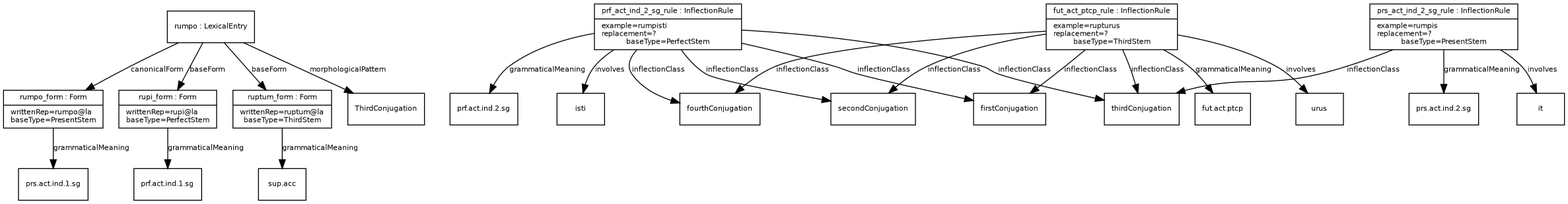
This is examples/example_14.png from ontolex/morph, a Graphviz export, as it was before one commit. Its source is kept beside it as examples/example_14.dot. The source it was exported from:
```dot
digraph G {
  fontname = "Bitstream Vera Sans"
    fontsize = 8

    node [
      fontname = "Bitstream Vera Sans"
      fontsize = 8
      shape = "record"
    ]

    edge [
      fontname = "Bitstream Vera Sans"
      fontsize = 8
    ]

prsactind1sg [ label="{prs.act.ind.1.sg}" ]
rumpo_form -> prsactind1sg [ label="grammaticalMeaning" ]
rumpo_form [ label="{rumpo_form : Form|writtenRep=rumpo@la\lbaseType=PresentStem}" ]
rumpo -> rumpo_form [ label="canonicalForm" ]
prfactind1sg [ label="{prf.act.ind.1.sg}" ]
rupi_form -> prfactind1sg [ label="grammaticalMeaning" ]
rupi_form [ label="{rupi_form : Form|writtenRep=rupi@la\lbaseType=PerfectStem}" ]
rumpo -> rupi_form [ label="baseForm" ]
supacc [ label="{sup.acc}" ]
ruptum_form -> supacc [ label="grammaticalMeaning" ]
ruptum_form [ label="{ruptum_form : Form|writtenRep=ruptum@la\lbaseType=ThirdStem}" ]
rumpo -> ruptum_form [ label="baseForm" ]
ThirdConjugation [ label="{ThirdConjugation}" ]
rumpo -> ThirdConjugation [ label="morphologicalPattern" ]
rumpo [ label="{rumpo : LexicalEntry}" ]
firstConjugation [ label="{firstConjugation}" ]
prf_act_ind_2_sg_rule -> firstConjugation [ label="inflectionClass" ]
secondConjugation [ label="{secondConjugation}" ]
prf_act_ind_2_sg_rule -> secondConjugation [ label="inflectionClass" ]
thirdConjugation [ label="{thirdConjugation}" ]
prf_act_ind_2_sg_rule -> thirdConjugation [ label="inflectionClass" ]
fourthConjugation [ label="{fourthConjugation}" ]
prf_act_ind_2_sg_rule -> fourthConjugation [ label="inflectionClass" ]
prfactind2sg [ label="{prf.act.ind.2.sg}" ]
prf_act_ind_2_sg_rule -> prfactind2sg [ label="grammaticalMeaning" ]
isti [ label="{isti}" ]
prf_act_ind_2_sg_rule -> isti [ label="involves" ]
prf_act_ind_2_sg_rule [ label="{prf_act_ind_2_sg_rule : InflectionRule|example=rumpisti\lreplacement=?\lbaseType=PerfectStem}" ]
prs_act_ind_2_sg_rule -> thirdConjugation [ label="inflectionClass" ]
prsactind2sg [ label="{prs.act.ind.2.sg}" ]
prs_act_ind_2_sg_rule -> prsactind2sg [ label="grammaticalMeaning" ]
it [ label="{it}" ]
prs_act_ind_2_sg_rule -> it [ label="involves" ]
prs_act_ind_2_sg_rule [ label="{prs_act_ind_2_sg_rule : InflectionRule|example=rumpis\lreplacement=?\lbaseType=PresentStem}" ]
fut_act_ptcp_rule -> firstConjugation [ label="inflectionClass" ]
fut_act_ptcp_rule -> secondConjugation [ label="inflectionClass" ]
fut_act_ptcp_rule -> thirdConjugation [ label="inflectionClass" ]
fut_act_ptcp_rule -> fourthConjugation [ label="inflectionClass" ]
futactptcp [ label="{fut.act.ptcp}" ]
fut_act_ptcp_rule -> futactptcp [ label="grammaticalMeaning" ]
urus [ label="{urus}" ]
fut_act_ptcp_rule -> urus [ label="involves" ]
fut_act_ptcp_rule [ label="{fut_act_ptcp_rule : InflectionRule|example=rupturus\lreplacement=?\lbaseType=ThirdStem}" ]
}
```
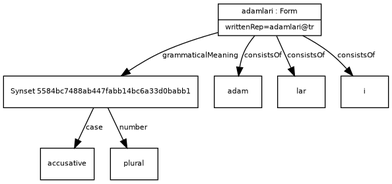
After the change.

What changed in the source:
```diff
@@ -13,47 +13,17 @@
       fontsize = 8
     ]
 
-prsactind1sg [ label="{prs.act.ind.1.sg}" ]
-rumpo_form -> prsactind1sg [ label="grammaticalMeaning" ]
-rumpo_form [ label="{rumpo_form : Form|writtenRep=rumpo@la\lbaseType=PresentStem}" ]
-rumpo -> rumpo_form [ label="canonicalForm" ]
-prfactind1sg [ label="{prf.act.ind.1.sg}" ]
-rupi_form -> prfactind1sg [ label="grammaticalMeaning" ]
-rupi_form [ label="{rupi_form : Form|writtenRep=rupi@la\lbaseType=PerfectStem}" ]
-rumpo -> rupi_form [ label="baseForm" ]
-supacc [ label="{sup.acc}" ]
-ruptum_form -> supacc [ label="grammaticalMeaning" ]
-ruptum_form [ label="{ruptum_form : Form|writtenRep=ruptum@la\lbaseType=ThirdStem}" ]
-rumpo -> ruptum_form [ label="baseForm" ]
-ThirdConjugation [ label="{ThirdConjugation}" ]
-rumpo -> ThirdConjugation [ label="morphologicalPattern" ]
-rumpo [ label="{rumpo : LexicalEntry}" ]
-firstConjugation [ label="{firstConjugation}" ]
-prf_act_ind_2_sg_rule -> firstConjugation [ label="inflectionClass" ]
-secondConjugation [ label="{secondConjugation}" ]
-prf_act_ind_2_sg_rule -> secondConjugation [ label="inflectionClass" ]
-thirdConjugation [ label="{thirdConjugation}" ]
-prf_act_ind_2_sg_rule -> thirdConjugation [ label="inflectionClass" ]
-fourthConjugation [ label="{fourthConjugation}" ]
-prf_act_ind_2_sg_rule -> fourthConjugation [ label="inflectionClass" ]
-prfactind2sg [ label="{prf.act.ind.2.sg}" ]
-prf_act_ind_2_sg_rule -> prfactind2sg [ label="grammaticalMeaning" ]
-isti [ label="{isti}" ]
-prf_act_ind_2_sg_rule -> isti [ label="involves" ]
-prf_act_ind_2_sg_rule [ label="{prf_act_ind_2_sg_rule : InflectionRule|example=rumpisti\lreplacement=?\lbaseType=PerfectStem}" ]
-prs_act_ind_2_sg_rule -> thirdConjugation [ label="inflectionClass" ]
-prsactind2sg [ label="{prs.act.ind.2.sg}" ]
-prs_act_ind_2_sg_rule -> prsactind2sg [ label="grammaticalMeaning" ]
-it [ label="{it}" ]
-prs_act_ind_2_sg_rule -> it [ label="involves" ]
-prs_act_ind_2_sg_rule [ label="{prs_act_ind_2_sg_rule : InflectionRule|example=rumpis\lreplacement=?\lbaseType=PresentStem}" ]
-fut_act_ptcp_rule -> firstConjugation [ label="inflectionClass" ]
-fut_act_ptcp_rule -> secondConjugation [ label="inflectionClass" ]
-fut_act_ptcp_rule -> thirdConjugation [ label="inflectionClass" ]
-fut_act_ptcp_rule -> fourthConjugation [ label="inflectionClass" ]
-futactptcp [ label="{fut.act.ptcp}" ]
-fut_act_ptcp_rule -> futactptcp [ label="grammaticalMeaning" ]
-urus [ label="{urus}" ]
-fut_act_ptcp_rule -> urus [ label="involves" ]
-fut_act_ptcp_rule [ label="{fut_act_ptcp_rule : InflectionRule|example=rupturus\lreplacement=?\lbaseType=ThirdStem}" ]
+accusative [ label="{accusative}" ]
+Synset5584bc7488ab447fabb14bc6a33d0babb1 -> accusative [ label="case" ]
+plural [ label="{plural}" ]
+Synset5584bc7488ab447fabb14bc6a33d0babb1 -> plural [ label="number" ]
+Synset5584bc7488ab447fabb14bc6a33d0babb1 [ label="{Synset 5584bc7488ab447fabb14bc6a33d0babb1}" ]
+adamlari -> Synset5584bc7488ab447fabb14bc6a33d0babb1 [ label="grammaticalMeaning" ]
+adam [ label="{adam}" ]
+adamlari -> adam [ label="consistsOf" ]
+lar [ label="{lar}" ]
+adamlari -> lar [ label="consistsOf" ]
+i [ label="{i}" ]
+adamlari -> i [ label="consistsOf" ]
+adamlari [ label="{adamlari : Form|writtenRep=adamlari@tr}" ]
 }
```
